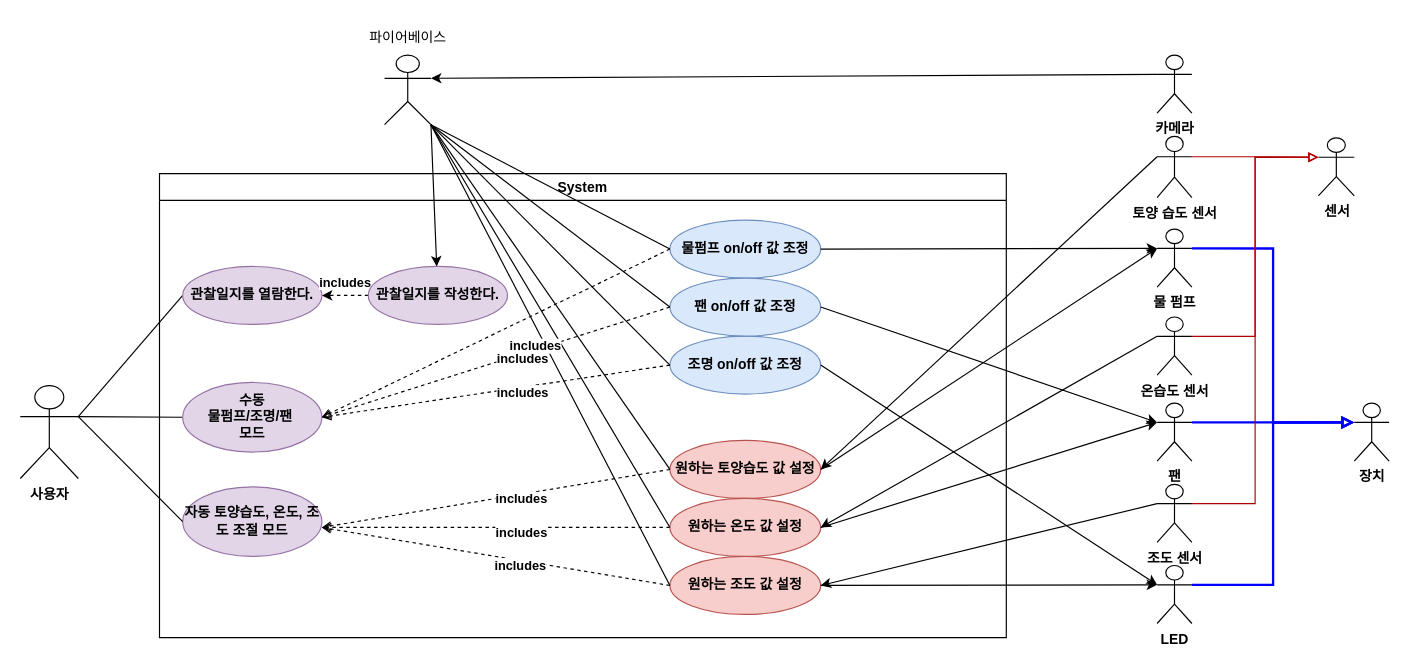
Before: 4주차/유스케이스.drawio in sonmyungwon/Software-Development, a draw.io diagram. Source tidied: cells renumbered, new cells numbered last; positions are measured from the earlier drawing's top-left corner, leaving out a move shared by most shapes. Both pictures are drawn from the tidied source at 116%, with x=0, y=0 at pixel (20, 20).
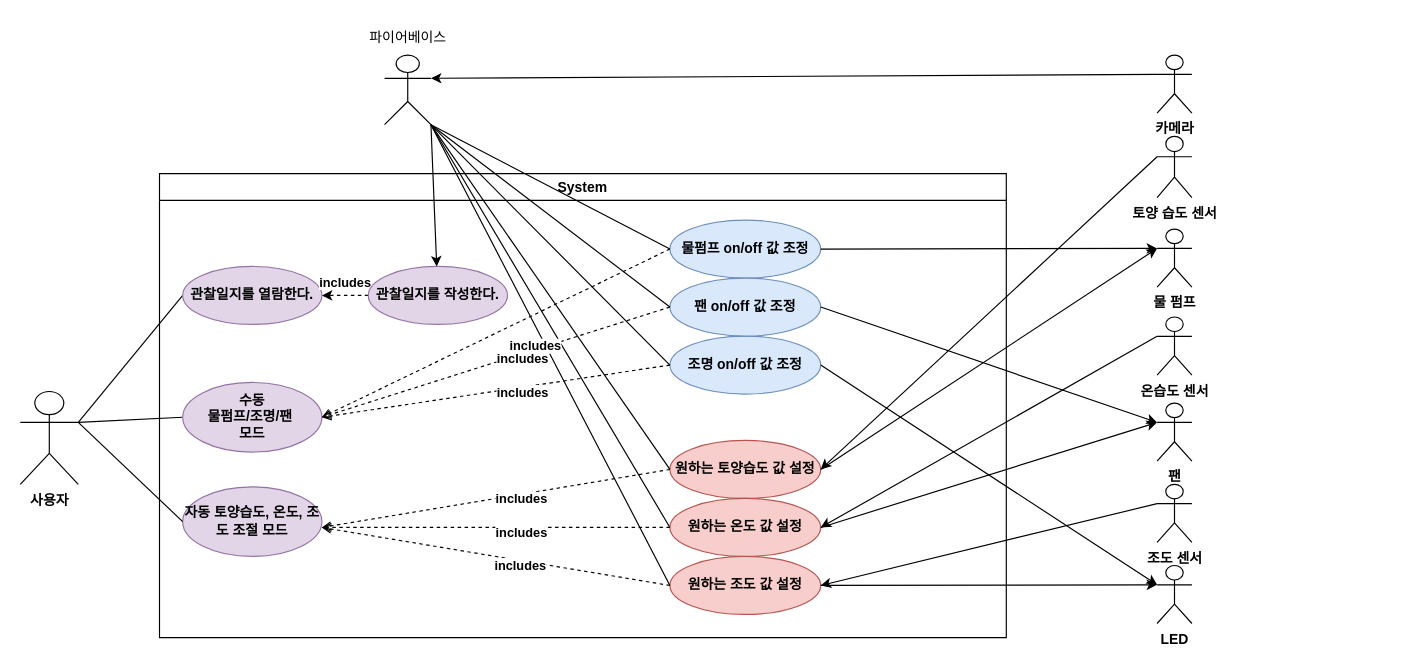
The same page after the edit.

Commit message:
유스케이스.drawio 업데이트

The change refers to these unchanged cells:
```xml
<mxCell id="52" value="토양 습도 센서" style="shape=umlActor;verticalLabelPosition=bottom;verticalAlign=top;html=1;outlineConnect=0;fontStyle=1;" parent="1" vertex="1">
  <mxGeometry x="980" y="100" width="30" height="52.8" as="geometry" />
</mxCell>
<mxCell id="54" value="물 펌프&lt;br&gt;" style="shape=umlActor;verticalLabelPosition=bottom;verticalAlign=top;html=1;outlineConnect=0;fontStyle=1;" parent="1" vertex="1">
  <mxGeometry x="980" y="180" width="30" height="50" as="geometry" />
</mxCell>
<mxCell id="56" value="온습도 센서&lt;br&gt;" style="shape=umlActor;verticalLabelPosition=bottom;verticalAlign=top;html=1;outlineConnect=0;fontStyle=1;" parent="1" vertex="1">
  <mxGeometry x="980" y="255.8" width="30" height="50" as="geometry" />
</mxCell>
<mxCell id="58" value="팬" style="shape=umlActor;verticalLabelPosition=bottom;verticalAlign=top;html=1;outlineConnect=0;fontStyle=1;" parent="1" vertex="1">
  <mxGeometry x="980" y="330" width="30" height="50" as="geometry" />
</mxCell>
<mxCell id="60" value="조도 센서" style="shape=umlActor;verticalLabelPosition=bottom;verticalAlign=top;html=1;outlineConnect=0;fontStyle=1;" parent="1" vertex="1">
  <mxGeometry x="980" y="400" width="30" height="50" as="geometry" />
</mxCell>
<mxCell id="62" value="LED&lt;br&gt;" style="shape=umlActor;verticalLabelPosition=bottom;verticalAlign=top;html=1;outlineConnect=0;fontStyle=1;" parent="1" vertex="1">
  <mxGeometry x="980" y="470" width="30" height="50" as="geometry" />
</mxCell>
```

The edit, as a diff of the source:
```diff
@@
     <mxCell id="2" value="사용자" style="shape=umlActor;verticalLabelPosition=bottom;verticalAlign=top;html=1;outlineConnect=0;fontStyle=1;" parent="1" vertex="1">
-      <mxGeometry y="315" width="50" height="80" as="geometry" />
+      <mxGeometry y="320" width="50" height="80" as="geometry" />
     </mxCell>
@@
-    <mxCell id="51" style="edgeStyle=orthogonalEdgeStyle;rounded=0;jettySize=auto;html=1;exitX=1;exitY=0.3333333333333333;exitDx=0;exitDy=0;exitPerimeter=0;entryX=0;entryY=0.3333333333333333;entryDx=0;entryDy=0;entryPerimeter=0;endArrow=block;endFill=0;fontColor=#FF33FF;fillColor=#e51400;strokeColor=#B20000;" parent="1" edge="1" source="52" target="64">
-      <mxGeometry relative="1" as="geometry" />
-    </mxCell>
@@
-    <mxCell id="53" style="edgeStyle=orthogonalEdgeStyle;rounded=0;jettySize=auto;html=1;exitX=1;exitY=0.3333333333333333;exitDx=0;exitDy=0;exitPerimeter=0;entryX=0;entryY=0.3333333333333333;entryDx=0;entryDy=0;entryPerimeter=0;endArrow=block;endFill=0;fillColor=#008a00;strokeColor=#0000FF;strokeWidth=2;" parent="1" edge="1" source="54" target="63">
-      <mxGeometry relative="1" as="geometry" />
-    </mxCell>
@@
-    <mxCell id="55" style="edgeStyle=orthogonalEdgeStyle;rounded=0;jettySize=auto;html=1;exitX=1;exitY=0.3333333333333333;exitDx=0;exitDy=0;exitPerimeter=0;entryX=0;entryY=0.3333333333333333;entryDx=0;entryDy=0;entryPerimeter=0;endArrow=block;endFill=0;fontColor=#FF33FF;fillColor=#e51400;strokeColor=#B20000;" parent="1" edge="1" source="56" target="64">
-      <mxGeometry relative="1" as="geometry" />
-    </mxCell>
@@
-    <mxCell id="57" style="edgeStyle=orthogonalEdgeStyle;rounded=0;jettySize=auto;html=1;exitX=1;exitY=0.3333333333333333;exitDx=0;exitDy=0;exitPerimeter=0;entryX=0;entryY=0.3333333333333333;entryDx=0;entryDy=0;entryPerimeter=0;endArrow=block;endFill=0;fillColor=#008a00;strokeColor=#0000FF;strokeWidth=2;" parent="1" edge="1" source="58" target="63">
-      <mxGeometry relative="1" as="geometry" />
-    </mxCell>
@@
-    <mxCell id="59" style="edgeStyle=orthogonalEdgeStyle;rounded=0;jettySize=auto;html=1;exitX=1;exitY=0.3333333333333333;exitDx=0;exitDy=0;exitPerimeter=0;entryX=0;entryY=0.3333333333333333;entryDx=0;entryDy=0;entryPerimeter=0;endArrow=block;endFill=0;fontColor=#FF33FF;fillColor=#e51400;strokeColor=#B20000;" parent="1" edge="1" source="60" target="64">
-      <mxGeometry relative="1" as="geometry" />
-    </mxCell>
@@
-    <mxCell id="61" style="edgeStyle=orthogonalEdgeStyle;rounded=0;jettySize=auto;html=1;entryX=0;entryY=0.3333333333333333;entryDx=0;entryDy=0;entryPerimeter=0;endArrow=block;endFill=0;fillColor=#008a00;strokeColor=#0000FF;exitX=1;exitY=0.3333333333333333;exitDx=0;exitDy=0;exitPerimeter=0;strokeWidth=2;" parent="1" edge="1" source="62" target="63">
-      <mxGeometry relative="1" as="geometry" />
-    </mxCell>
@@
-    <mxCell id="63" value="장치" style="shape=umlActor;verticalLabelPosition=bottom;verticalAlign=top;html=1;outlineConnect=0;fontStyle=1;" parent="1" vertex="1">
-      <mxGeometry x="1150" y="330" width="30" height="50" as="geometry" />
-    </mxCell>
-    <mxCell id="64" value="센서" style="shape=umlActor;verticalLabelPosition=bottom;verticalAlign=top;html=1;outlineConnect=0;fontStyle=1;" parent="1" vertex="1">
-      <mxGeometry x="1119" y="101.4" width="31" height="50" as="geometry" />
-    </mxCell>
```
